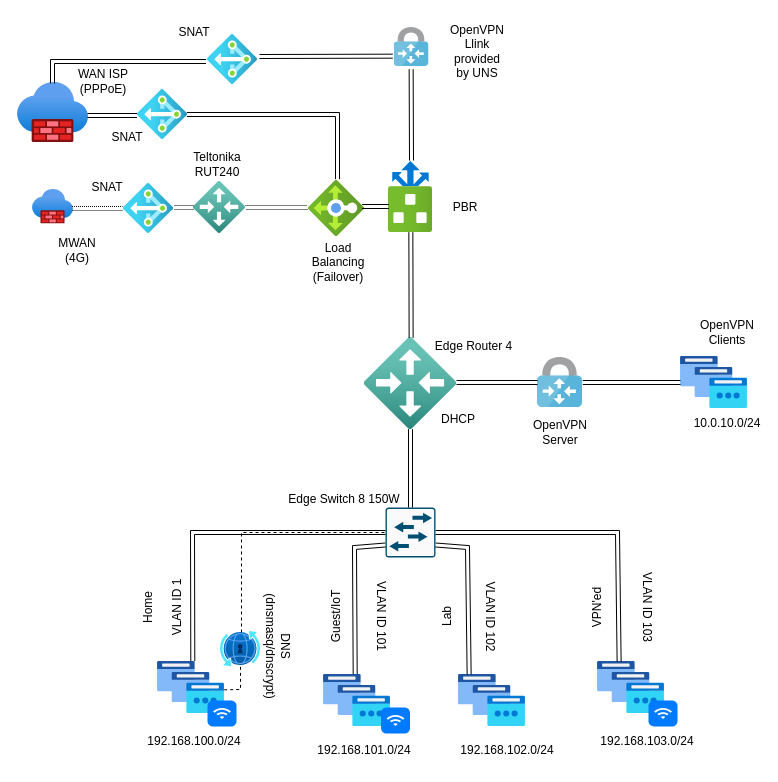
The draw.io diagram assets/Munz_Network.drawio in r2munz/r2munz.github.io, before the edit. Source tidied: cells renumbered, new cells numbered last; positions are measured from the earlier drawing's top-left corner, leaving out a move shared by most shapes. Both pictures are drawn from the tidied source at 100%, with x=0, y=0 at pixel (17, 17).
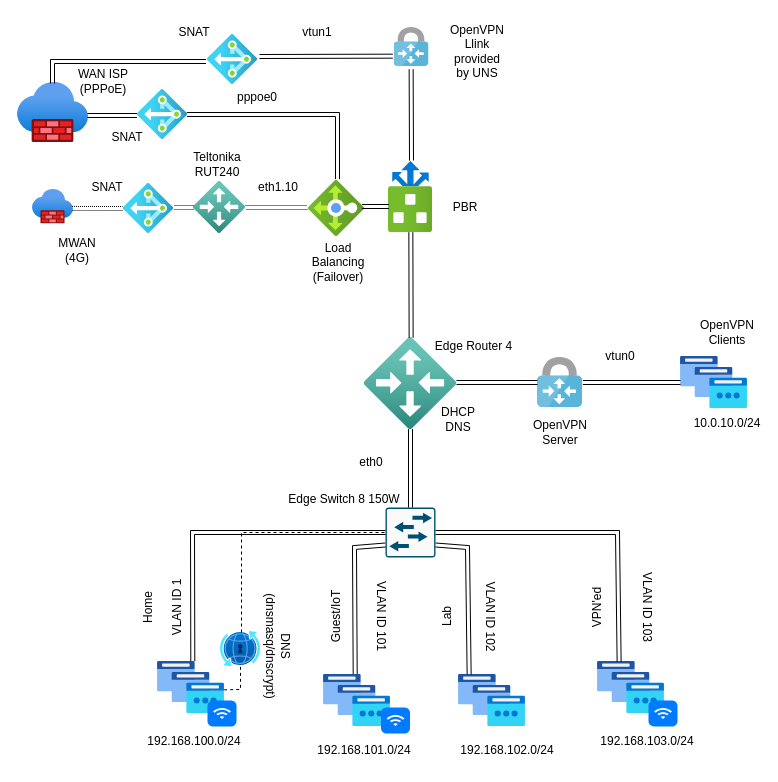
The same page after the edit.

Commit message (it also covers changes not shown here):
Updated Network diagram with interfaces names, changed profile picture with a more recent one, finalized the code for PBR/WAN failover firewall rulesets

Change to the diagram source:
```diff
@@
-    <mxCell id="52" value="DHCP" style="text;strokeColor=none;align=center;fillColor=none;html=1;verticalAlign=middle;whiteSpace=wrap;rounded=0;" parent="1" vertex="1">
+    <mxCell id="52" value="&lt;div&gt;DHCP&lt;/div&gt;&lt;div&gt;DNS&lt;br&gt;&lt;/div&gt;" style="text;strokeColor=none;align=center;fillColor=none;html=1;verticalAlign=middle;whiteSpace=wrap;rounded=0;" parent="1" vertex="1">
       <mxGeometry x="411" y="387" width="60" height="30" as="geometry" />
     </mxCell>
@@
+    <mxCell id="70" value="eth0" style="text;strokeColor=none;align=center;fillColor=none;html=1;verticalAlign=middle;whiteSpace=wrap;rounded=0;" parent="1" vertex="1">
+      <mxGeometry x="324" y="430" width="60" height="30" as="geometry" />
+    </mxCell>
+    <mxCell id="71" value="vtun0" style="text;strokeColor=none;align=center;fillColor=none;html=1;verticalAlign=middle;whiteSpace=wrap;rounded=0;" parent="1" vertex="1">
+      <mxGeometry x="572.5" y="324" width="60" height="30" as="geometry" />
+    </mxCell>
+    <mxCell id="72" value="eth1.10" style="text;strokeColor=none;align=center;fillColor=none;html=1;verticalAlign=middle;whiteSpace=wrap;rounded=0;" parent="1" vertex="1">
+      <mxGeometry x="231" y="155" width="60" height="30" as="geometry" />
+    </mxCell>
+    <mxCell id="73" value="pppoe0" style="text;strokeColor=none;align=center;fillColor=none;html=1;verticalAlign=middle;whiteSpace=wrap;rounded=0;" parent="1" vertex="1">
+      <mxGeometry x="210" y="65" width="60" height="30" as="geometry" />
+    </mxCell>
+    <mxCell id="74" value="vtun1" style="text;strokeColor=none;align=center;fillColor=none;html=1;verticalAlign=middle;whiteSpace=wrap;rounded=0;" parent="1" vertex="1">
+      <mxGeometry x="270" width="60" height="30" as="geometry" />
+    </mxCell>
```
